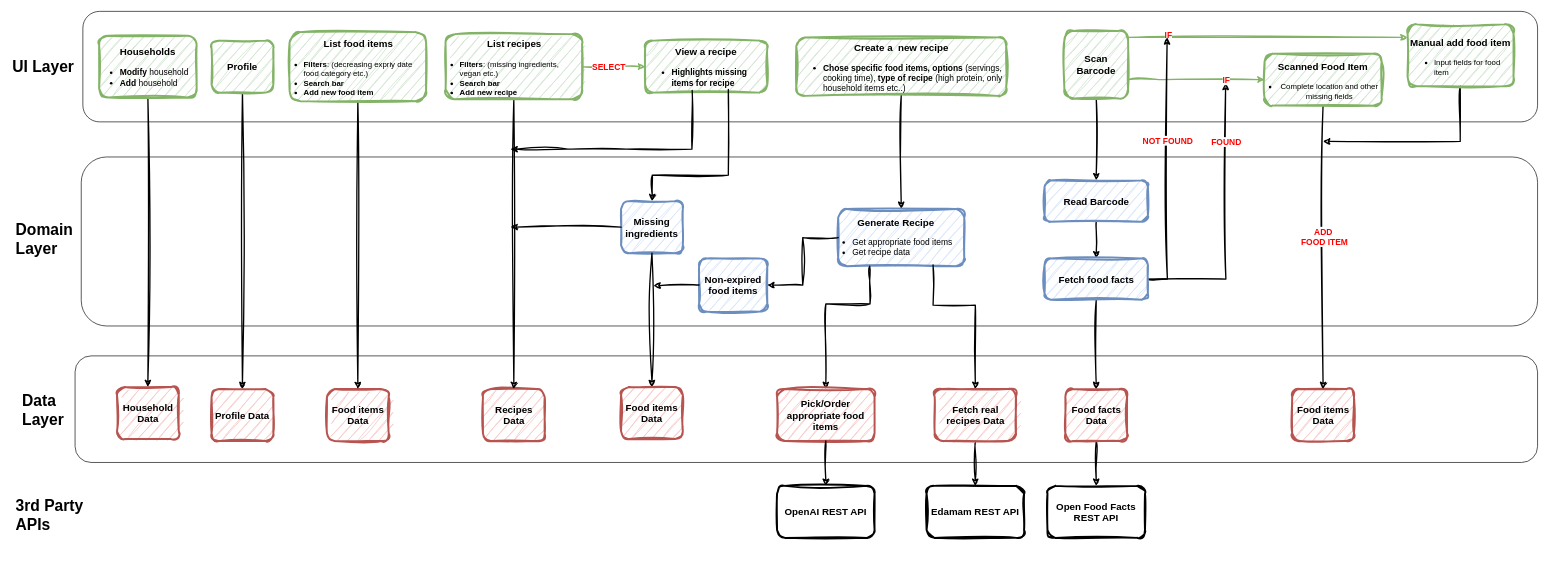
Above: page "Total View" (4 of 4) of ArchitectureDiagram.drawio in commit-crimes/shelf-life (draw.io), before the change. Source tidied: cells renumbered, new cells numbered last; positions are measured from the earlier drawing's top-left corner, leaving out a move shared by most shapes. Both pictures are drawn from the tidied source at 65%, with x=0, y=0 at pixel (11, 11).
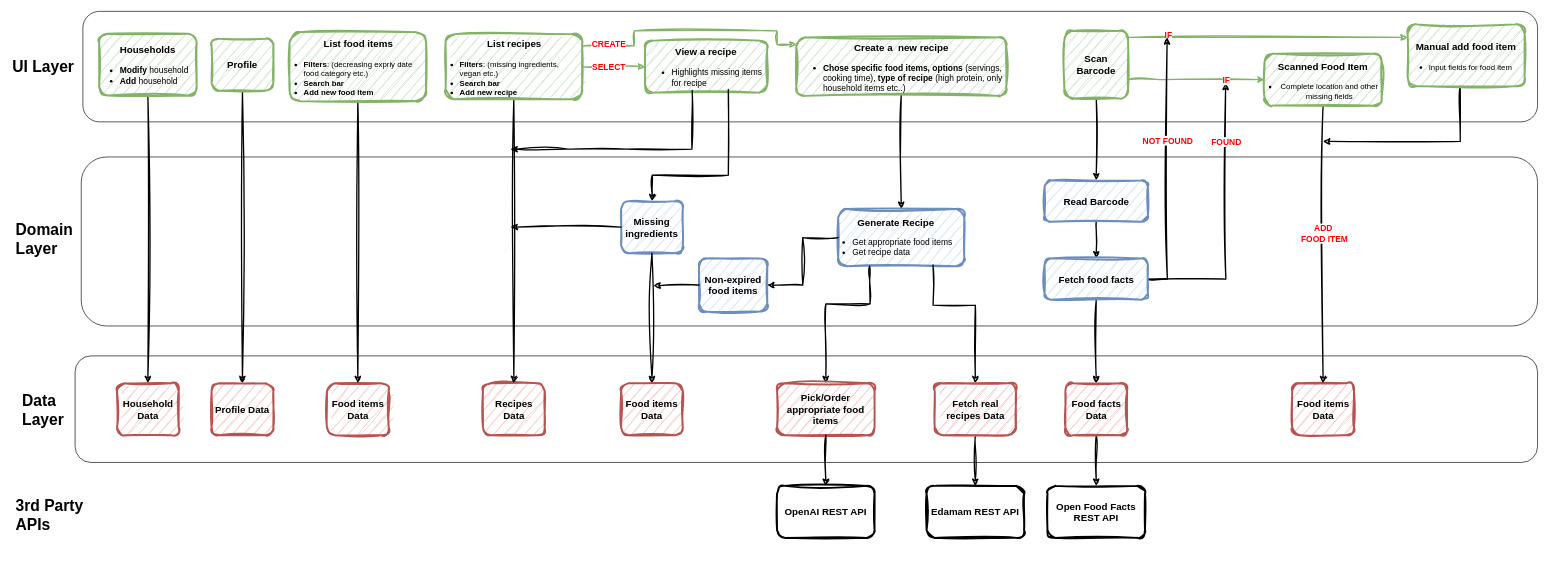
The same diagram, later.

Commit message:
docs(Architecture Diagram): add create recipe arrow

The change refers to these unchanged cells:
```xml
<mxCell id="20" value="&lt;h3 style=&quot;text-align: center; font-size: 15px;&quot;&gt;List recipes&lt;/h3&gt;&lt;div&gt;&lt;ul style=&quot;padding-left: 20px;&quot;&gt;&lt;li&gt;&lt;b&gt;Filters&lt;/b&gt;: (missing ingredients, vegan etc.)&lt;/li&gt;&lt;li&gt;&lt;b&gt;Search bar&lt;/b&gt;&lt;/li&gt;&lt;li&gt;&lt;b&gt;Add new recipe&lt;/b&gt;&lt;/li&gt;&lt;/ul&gt;&lt;/div&gt;" style="rounded=1;whiteSpace=wrap;html=1;fillColor=#d5e8d4;strokeColor=#82b366;fillStyle=hatch;strokeWidth=3;perimeterSpacing=0;sketch=1;curveFitting=1;jiggle=2;align=left;" parent="1" vertex="1">
  <mxGeometry x="668" y="35" width="210" height="100" as="geometry" />
</mxCell>
```

Change to the diagram source:
```diff
@@
     <mxCell id="10" value="&lt;h3 style=&quot;font-size: 15px;&quot;&gt;Households&lt;/h3&gt;&lt;div style=&quot;font-size: 13px;&quot;&gt;&lt;ul style=&quot;padding-left: 20px;&quot;&gt;&lt;li style=&quot;text-align: left;&quot;&gt;&lt;b&gt;Modify &lt;/b&gt;household&lt;/li&gt;&lt;li style=&quot;text-align: left;&quot;&gt;&lt;b&gt;Add &lt;/b&gt;household&lt;/li&gt;&lt;/ul&gt;&lt;/div&gt;" style="rounded=1;whiteSpace=wrap;html=1;fillColor=#d5e8d4;strokeColor=#82b366;fillStyle=hatch;strokeWidth=3;perimeterSpacing=0;sketch=1;curveFitting=1;jiggle=2;" parent="1" vertex="1">
-      <mxGeometry x="135" y="37.5" width="150" height="95" as="geometry" />
+      <mxGeometry x="135" y="34.5" width="150" height="95" as="geometry" />
     </mxCell>
     <mxCell id="11" value="&lt;h3 style=&quot;font-size: 15px;&quot;&gt;Household D&lt;span style=&quot;background-color: initial;&quot;&gt;ata&lt;/span&gt;&lt;/h3&gt;" style="rounded=1;whiteSpace=wrap;html=1;fillColor=#f8cecc;strokeColor=#b85450;fillStyle=hatch;strokeWidth=3;perimeterSpacing=0;sketch=1;curveFitting=1;jiggle=2;" parent="1" vertex="1">
-      <mxGeometry x="162.5" y="578" width="95" height="80" as="geometry" />
+      <mxGeometry x="162.5" y="572" width="95" height="80" as="geometry" />
     </mxCell>
     <mxCell id="12" value="&lt;h3 style=&quot;font-size: 15px;&quot;&gt;Food items Data&lt;/h3&gt;" style="rounded=1;whiteSpace=wrap;html=1;fillColor=#f8cecc;strokeColor=#b85450;fillStyle=hatch;strokeWidth=3;perimeterSpacing=0;sketch=1;curveFitting=1;jiggle=2;" parent="1" vertex="1">
-      <mxGeometry x="485.5" y="581" width="95" height="80" as="geometry" />
+      <mxGeometry x="485.5" y="572" width="95" height="80" as="geometry" />
     </mxCell>
@@
     <mxCell id="16" value="&lt;h3 style=&quot;font-size: 15px;&quot;&gt;Profile&lt;/h3&gt;" style="rounded=1;whiteSpace=wrap;html=1;fillColor=#d5e8d4;strokeColor=#82b366;fillStyle=hatch;strokeWidth=3;perimeterSpacing=0;sketch=1;curveFitting=1;jiggle=2;" parent="1" vertex="1">
-      <mxGeometry x="308" y="45" width="95" height="80" as="geometry" />
+      <mxGeometry x="308" y="42" width="95" height="80" as="geometry" />
     </mxCell>
     <mxCell id="17" value="&lt;h3 style=&quot;font-size: 15px;&quot;&gt;Profile&amp;nbsp;&lt;span style=&quot;background-color: initial;&quot;&gt;Data&lt;/span&gt;&lt;/h3&gt;" style="rounded=1;whiteSpace=wrap;html=1;fillColor=#f8cecc;strokeColor=#b85450;fillStyle=hatch;strokeWidth=3;perimeterSpacing=0;sketch=1;curveFitting=1;jiggle=2;align=center;" parent="1" vertex="1">
-      <mxGeometry x="308" y="581" width="95" height="80" as="geometry" />
+      <mxGeometry x="308" y="572" width="95" height="80" as="geometry" />
     </mxCell>
     <mxCell id="18" value="&lt;h3 style=&quot;font-size: 15px;&quot;&gt;Recipes Data&lt;/h3&gt;" style="rounded=1;whiteSpace=wrap;html=1;fillColor=#f8cecc;strokeColor=#b85450;fillStyle=hatch;strokeWidth=3;perimeterSpacing=0;sketch=1;curveFitting=1;jiggle=2;" parent="1" vertex="1">
-      <mxGeometry x="725.5" y="581" width="95" height="80" as="geometry" />
+      <mxGeometry x="725.5" y="572" width="95" height="80" as="geometry" />
     </mxCell>
@@
-    <mxCell id="23" value="&lt;h3 style=&quot;font-size: 15px;&quot;&gt;View a recipe&lt;/h3&gt;&lt;div&gt;&lt;ul style=&quot;font-size: 13px;&quot;&gt;&lt;li style=&quot;text-align: left;&quot;&gt;&lt;span style=&quot;background-color: initial;&quot;&gt;&lt;b&gt;Highlights missing items for recipe&lt;/b&gt;&lt;/span&gt;&lt;/li&gt;&lt;/ul&gt;&lt;/div&gt;" style="rounded=1;whiteSpace=wrap;html=1;fillColor=#d5e8d4;strokeColor=#82b366;fillStyle=hatch;strokeWidth=3;perimeterSpacing=0;sketch=1;curveFitting=1;jiggle=2;" parent="1" vertex="1">
+    <mxCell id="23" value="&lt;h3 style=&quot;font-size: 15px;&quot;&gt;View a recipe&lt;/h3&gt;&lt;div&gt;&lt;ul style=&quot;font-size: 13px;&quot;&gt;&lt;li style=&quot;text-align: left;&quot;&gt;&lt;span style=&quot;background-color: initial;&quot;&gt;Highlights missing items for recipe&lt;/span&gt;&lt;/li&gt;&lt;/ul&gt;&lt;/div&gt;" style="rounded=1;whiteSpace=wrap;html=1;fillColor=#d5e8d4;strokeColor=#82b366;fillStyle=hatch;strokeWidth=3;perimeterSpacing=0;sketch=1;curveFitting=1;jiggle=2;" parent="1" vertex="1">
       <mxGeometry x="975" y="45" width="188" height="80" as="geometry" />
     </mxCell>
@@
     <mxCell id="26" value="&lt;h3 style=&quot;font-size: 15px;&quot;&gt;Food items Data&lt;/h3&gt;" style="rounded=1;whiteSpace=wrap;html=1;fillColor=#f8cecc;strokeColor=#b85450;fillStyle=hatch;strokeWidth=3;perimeterSpacing=0;sketch=1;curveFitting=1;jiggle=2;" parent="1" vertex="1">
-      <mxGeometry x="938" y="578" width="95" height="80" as="geometry" />
+      <mxGeometry x="938" y="572" width="95" height="80" as="geometry" />
     </mxCell>
@@
     <mxCell id="34" value="&lt;h3 style=&quot;font-size: 15px;&quot;&gt;&lt;span style=&quot;text-align: left;&quot;&gt;Pick/Order appropriate food items&lt;/span&gt;&lt;br&gt;&lt;/h3&gt;" style="rounded=1;whiteSpace=wrap;html=1;fillColor=#f8cecc;strokeColor=#b85450;fillStyle=hatch;strokeWidth=3;perimeterSpacing=0;sketch=1;curveFitting=1;jiggle=2;" parent="1" vertex="1">
-      <mxGeometry x="1178" y="581" width="150" height="80" as="geometry" />
+      <mxGeometry x="1178" y="572" width="150" height="80" as="geometry" />
     </mxCell>
@@
     <mxCell id="40" value="&lt;h3 style=&quot;font-size: 15px;&quot;&gt;Fetch real recipes Data&lt;/h3&gt;" style="rounded=1;whiteSpace=wrap;html=1;fillColor=#f8cecc;strokeColor=#b85450;fillStyle=hatch;strokeWidth=3;perimeterSpacing=0;sketch=1;curveFitting=1;jiggle=2;align=center;" parent="1" vertex="1">
-      <mxGeometry x="1420.5" y="581" width="125" height="80" as="geometry" />
+      <mxGeometry x="1420.5" y="572" width="125" height="80" as="geometry" />
     </mxCell>
@@
-    <mxCell id="45" value="&lt;h3 style=&quot;font-size: 15px;&quot;&gt;Manual add food item&lt;/h3&gt;&lt;div style=&quot;text-align: left;&quot;&gt;&lt;ul&gt;&lt;li&gt;Input fields for food item&lt;/li&gt;&lt;/ul&gt;&lt;/div&gt;" style="rounded=1;whiteSpace=wrap;html=1;fillColor=#d5e8d4;strokeColor=#82b366;fillStyle=hatch;strokeWidth=3;perimeterSpacing=0;sketch=1;curveFitting=1;jiggle=2;" parent="1" vertex="1">
-      <mxGeometry x="2148" y="20" width="163" height="95" as="geometry" />
+    <mxCell id="45" value="&lt;h3 style=&quot;font-size: 15px;&quot;&gt;Manual add food item&lt;/h3&gt;&lt;div style=&quot;text-align: left;&quot;&gt;&lt;ul style=&quot;padding-left: 20px;&quot;&gt;&lt;li&gt;Input fields for food item&lt;/li&gt;&lt;/ul&gt;&lt;/div&gt;" style="rounded=1;whiteSpace=wrap;html=1;fillColor=#d5e8d4;strokeColor=#82b366;fillStyle=hatch;strokeWidth=3;perimeterSpacing=0;sketch=1;curveFitting=1;jiggle=2;" parent="1" vertex="1">
+      <mxGeometry x="2148" y="20" width="180" height="95" as="geometry" />
     </mxCell>
     <mxCell id="46" value="&lt;h3 style=&quot;font-size: 15px;&quot;&gt;Food items Data&lt;/h3&gt;" style="rounded=1;whiteSpace=wrap;html=1;fillColor=#f8cecc;strokeColor=#b85450;fillStyle=hatch;strokeWidth=3;perimeterSpacing=0;sketch=1;curveFitting=1;jiggle=2;" parent="1" vertex="1">
-      <mxGeometry x="1970.5" y="581" width="95" height="80" as="geometry" />
+      <mxGeometry x="1970.5" y="572" width="95" height="80" as="geometry" />
     </mxCell>
@@
     <mxCell id="56" value="&lt;h3 style=&quot;font-size: 15px;&quot;&gt;Food facts Data&lt;/h3&gt;" style="rounded=1;whiteSpace=wrap;html=1;fillColor=#f8cecc;strokeColor=#b85450;fillStyle=hatch;strokeWidth=3;perimeterSpacing=0;sketch=1;curveFitting=1;jiggle=2;align=center;" parent="1" vertex="1">
-      <mxGeometry x="1621.5" y="581" width="95" height="80" as="geometry" />
+      <mxGeometry x="1621.5" y="572" width="95" height="80" as="geometry" />
     </mxCell>
@@
+    <mxCell id="67" style="edgeStyle=orthogonalEdgeStyle;rounded=0;jettySize=auto;html=1;strokeWidth=2;fillColor=#d5e8d4;strokeColor=#82b366;sketch=1;curveFitting=1;jiggle=2;exitX=1.006;exitY=0.182;exitDx=0;exitDy=0;exitPerimeter=0;" parent="1" edge="1" source="20">
+      <mxGeometry relative="1" as="geometry">
+        <mxPoint x="1208" y="51" as="targetPoint" />
+        <Array as="points">
+          <mxPoint x="958" y="53" />
+          <mxPoint x="958" y="30" />
+          <mxPoint x="1178" y="30" />
+          <mxPoint x="1178" y="51" />
+        </Array>
+      </mxGeometry>
+    </mxCell>
+    <mxCell id="68" value="&lt;b&gt;&lt;font style=&quot;font-size: 13px;&quot; color=&quot;#ff0000&quot;&gt;CREATE&lt;/font&gt;&lt;/b&gt;" style="edgeLabel;html=1;align=center;verticalAlign=middle;" parent="67" vertex="1">
+      <mxGeometry x="-0.29" relative="1" as="geometry">
+        <mxPoint x="-70" y="20" as="offset" />
+      </mxGeometry>
+    </mxCell>
```
